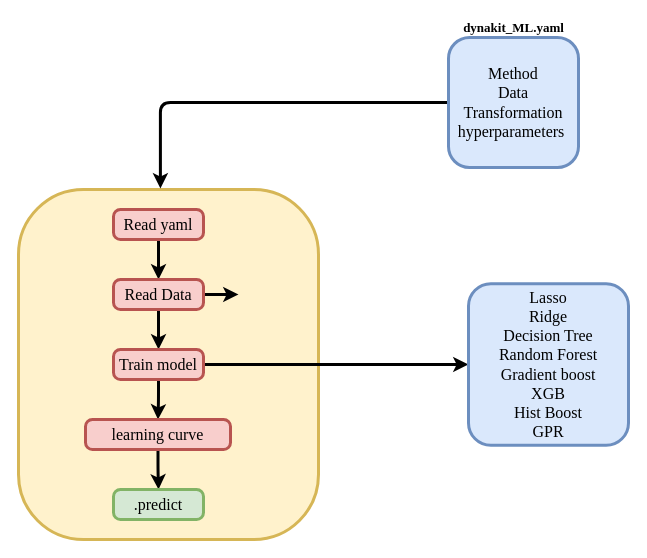
The draw.io diagram page "Page-2" (2 of 2) of example/test_ML/dynakit.drawio in dynapy/dynakit, before the edit. Source tidied: cells renumbered, new cells numbered last; positions are measured from the earlier drawing's top-left corner, leaving out a move shared by most shapes. Both pictures are drawn from the tidied source at 100%, with x=0, y=0 at pixel (18, 17).
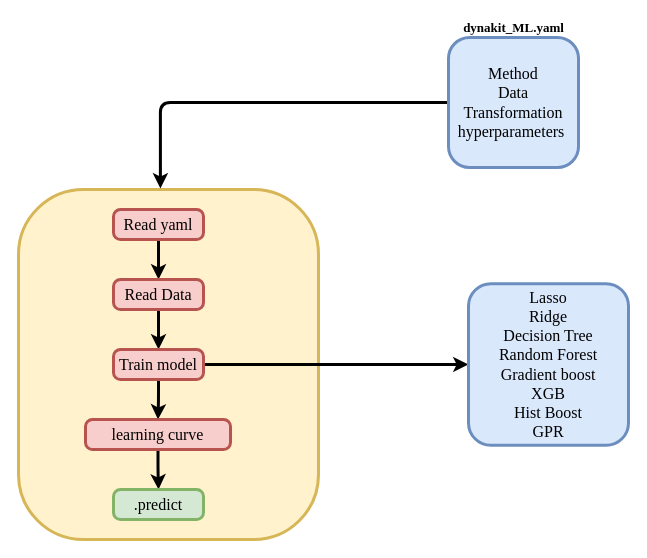
Above is the later version.

What changed in the source:
```diff
@@
 <mxGraphModel>
   <root>
     <mxCell id="0" />
     <mxCell id="1" parent="0" />
     <mxCell id="2" style="rounded=1;whiteSpace=wrap;html=1;absoluteArcSize=1;arcSize=130;strokeWidth=3;fillColor=#fff2cc;strokeColor=#d6b656;fontFamily=Times New Roman;fontSize=16;fontColor=#000000;" parent="1" vertex="1">
       <mxGeometry y="172" width="300" height="350" as="geometry" />
     </mxCell>
     <mxCell id="3" style="edgeStyle=orthogonalEdgeStyle;rounded=1;jettySize=auto;html=1;fontFamily=Times New Roman;fontSize=16;strokeWidth=3;fontColor=#000000;strokeColor=#000000;" parent="1" edge="1" source="4" target="9">
       <mxGeometry relative="1" as="geometry" />
     </mxCell>
     <mxCell id="4" value="Read yaml" style="rounded=1;whiteSpace=wrap;html=1;absoluteArcSize=1;arcSize=14;strokeWidth=3;fillColor=#f8cecc;strokeColor=#b85450;fontFamily=Times New Roman;fontSize=16;fontColor=#000000;" parent="1" vertex="1">
       <mxGeometry x="95" y="192" width="90" height="30" as="geometry" />
     </mxCell>
     <mxCell id="5" style="edgeStyle=orthogonalEdgeStyle;rounded=1;jettySize=auto;html=1;entryX=0.473;entryY=-0.003;entryDx=0;entryDy=0;entryPerimeter=0;strokeColor=#000000;strokeWidth=3;" parent="1" edge="1" source="6" target="2">
       <mxGeometry relative="1" as="geometry" />
     </mxCell>
     <mxCell id="6" value="&lt;span&gt;Method&lt;/span&gt;&lt;br&gt;&lt;span&gt;Data&lt;/span&gt;&lt;br&gt;&lt;span&gt;Transformation&lt;/span&gt;&lt;br&gt;&lt;span&gt;hyperparameters&lt;/span&gt;&lt;span&gt;&amp;nbsp;&lt;/span&gt;" style="rounded=1;whiteSpace=wrap;html=1;absoluteArcSize=1;arcSize=42;strokeWidth=3;fontFamily=Times New Roman;fontSize=16;fillColor=#dae8fc;strokeColor=#6c8ebf;align=center;fontColor=#000000;" parent="1" vertex="1">
       <mxGeometry x="430" y="20" width="130" height="130" as="geometry" />
     </mxCell>
-    <mxCell id="7" style="edgeStyle=orthogonalEdgeStyle;rounded=1;jettySize=auto;html=1;fontFamily=Times New Roman;fontSize=16;strokeWidth=3;fontColor=#000000;" parent="1" edge="1" source="9">
-      <mxGeometry relative="1" as="geometry">
-        <mxPoint x="220" y="277" as="targetPoint" />
-      </mxGeometry>
-    </mxCell>
     <mxCell id="8" style="edgeStyle=orthogonalEdgeStyle;rounded=1;jettySize=auto;html=1;fontFamily=Times New Roman;fontSize=16;strokeWidth=3;fontColor=#000000;strokeColor=#000000;" parent="1" edge="1" source="9" target="12">
       <mxGeometry relative="1" as="geometry" />
     </mxCell>
     <mxCell id="9" value="Read Data" style="rounded=1;whiteSpace=wrap;html=1;absoluteArcSize=1;arcSize=14;strokeWidth=3;fillColor=#f8cecc;strokeColor=#b85450;fontFamily=Times New Roman;fontSize=16;fontColor=#000000;" parent="1" vertex="1">
       <mxGeometry x="95" y="262" width="90" height="30" as="geometry" />
     </mxCell>
     <mxCell id="10" style="edgeStyle=orthogonalEdgeStyle;rounded=1;jettySize=auto;html=1;fontFamily=Times New Roman;fontSize=16;strokeWidth=3;fontColor=#000000;strokeColor=#000000;" parent="1" edge="1" source="12" target="14">
       <mxGeometry relative="1" as="geometry" />
     </mxCell>
     <mxCell id="11" style="edgeStyle=orthogonalEdgeStyle;rounded=1;jettySize=auto;html=1;fontFamily=Times New Roman;fontSize=16;strokeWidth=3;fontColor=#000000;strokeColor=#000000;" parent="1" edge="1" source="12" target="16">
       <mxGeometry relative="1" as="geometry" />
     </mxCell>
     <mxCell id="12" value="Train model" style="rounded=1;whiteSpace=wrap;html=1;absoluteArcSize=1;arcSize=14;strokeWidth=3;fillColor=#f8cecc;strokeColor=#b85450;fontFamily=Times New Roman;fontSize=16;fontColor=#000000;" parent="1" vertex="1">
       <mxGeometry x="95" y="332" width="90" height="30" as="geometry" />
     </mxCell>
     <mxCell id="13" style="edgeStyle=orthogonalEdgeStyle;rounded=1;jettySize=auto;html=1;fontFamily=Times New Roman;fontSize=16;strokeWidth=3;fontColor=#000000;strokeColor=#000000;" parent="1" edge="1" source="14" target="15">
       <mxGeometry relative="1" as="geometry" />
     </mxCell>
     <mxCell id="14" value="learning curve" style="rounded=1;whiteSpace=wrap;html=1;absoluteArcSize=1;arcSize=14;strokeWidth=3;fillColor=#f8cecc;strokeColor=#b85450;fontFamily=Times New Roman;fontSize=16;fontColor=#000000;" parent="1" vertex="1">
       <mxGeometry x="67" y="402" width="145" height="30" as="geometry" />
     </mxCell>
     <mxCell id="15" value=".predict" style="rounded=1;whiteSpace=wrap;html=1;absoluteArcSize=1;arcSize=14;strokeWidth=3;fillColor=#d5e8d4;strokeColor=#82b366;fontFamily=Times New Roman;fontSize=16;fontColor=#000000;" parent="1" vertex="1">
       <mxGeometry x="95" y="472" width="90" height="30" as="geometry" />
     </mxCell>
     <mxCell id="16" value="&lt;span&gt;Lasso&lt;/span&gt;&lt;br&gt;&lt;span&gt;Ridge&lt;/span&gt;&lt;br&gt;&lt;span&gt;Decision Tree&lt;/span&gt;&lt;br&gt;&lt;span&gt;Random Forest&lt;/span&gt;&lt;br&gt;&lt;span&gt;Gradient boost&lt;/span&gt;&lt;br&gt;&lt;span&gt;XGB&lt;/span&gt;&lt;br&gt;&lt;span&gt;Hist Boost&lt;/span&gt;&lt;br&gt;&lt;span&gt;GPR&lt;/span&gt;" style="whiteSpace=wrap;html=1;rounded=1;fontFamily=Times New Roman;fontSize=16;strokeColor=#6c8ebf;strokeWidth=3;fillColor=#dae8fc;arcSize=14;align=center;fontColor=#000000;" parent="1" vertex="1">
       <mxGeometry x="450" y="266.2" width="160" height="161.6" as="geometry" />
     </mxCell>
     <mxCell id="17" value="dynakit_ML.yaml" style="text;html=1;align=center;verticalAlign=middle;strokeColor=none;fontSize=13;fontStyle=1;fontFamily=Times New Roman;" parent="1" vertex="1">
       <mxGeometry x="435" width="120" height="20" as="geometry" />
     </mxCell>
   </root>
 </mxGraphModel>
```
